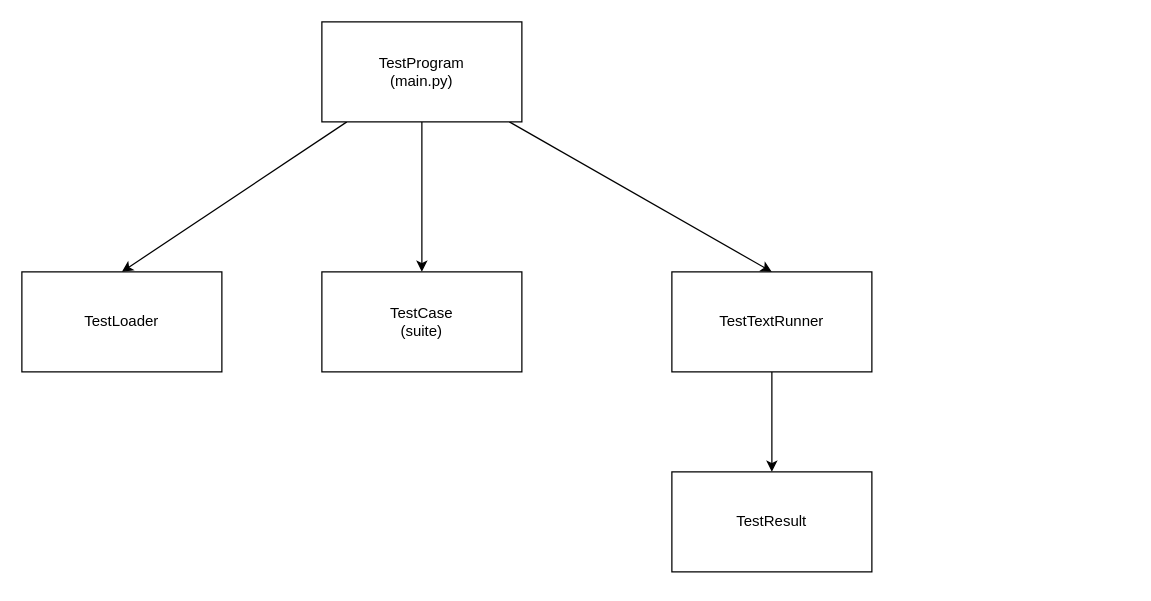
Earlier version of the draw.io diagram component.drawio (lucqng111/PP-python-unittest). Source tidied: cells renumbered, new cells numbered last; positions are measured from the earlier drawing's top-left corner, leaving out a move shared by most shapes. Both pictures are drawn from the tidied source at 125%, with x=0, y=0 at pixel (21, 21).
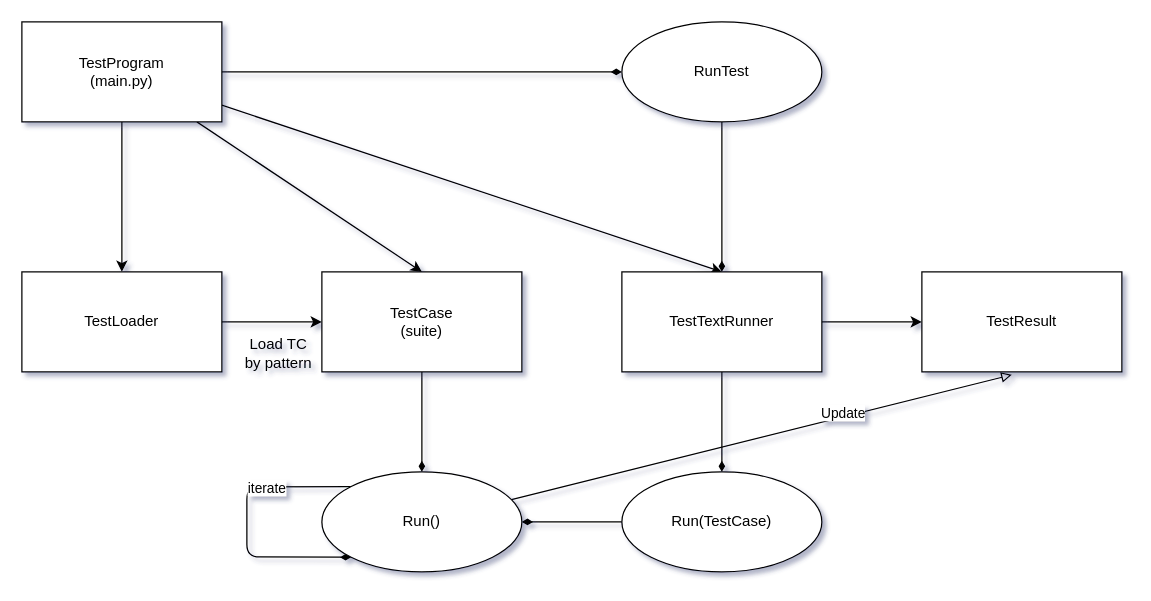
After the change.

The change refers to these unchanged cells:
```xml
<mxCell id="9" value="TestLoader" style="rounded=0;whiteSpace=wrap;html=1;" parent="1" vertex="1">
  <mxGeometry y="200" width="160" height="80" as="geometry" />
</mxCell>
<mxCell id="10" value="TestCase&lt;br&gt;(suite)" style="rounded=0;whiteSpace=wrap;html=1;" parent="1" vertex="1">
  <mxGeometry x="240" y="200" width="160" height="80" as="geometry" />
</mxCell>
```

The edit, as a diff of the source:
```diff
@@
-<mxGraphModel>
+<mxGraphModel shadow="1">
@@
+    <mxCell id="11" style="edgeStyle=none;html=1;endArrow=diamondThin;endFill=1;entryX=0;entryY=0.5;entryDx=0;entryDy=0;" parent="1" edge="1" source="5" target="24">
+      <mxGeometry relative="1" as="geometry" />
+    </mxCell>
     <mxCell id="5" value="TestProgram&lt;br&gt;(main.py)" style="rounded=0;whiteSpace=wrap;html=1;" parent="1" vertex="1">
-      <mxGeometry x="240" width="160" height="80" as="geometry" />
+      <mxGeometry width="160" height="80" as="geometry" />
     </mxCell>
     <mxCell id="6" value="TestResult" style="rounded=0;whiteSpace=wrap;html=1;" parent="1" vertex="1">
-      <mxGeometry x="520" y="360" width="160" height="80" as="geometry" />
+      <mxGeometry x="720" y="200" width="160" height="80" as="geometry" />
     </mxCell>
-    <mxCell id="7" style="edgeStyle=none;html=1;entryX=0.5;entryY=0;entryDx=0;entryDy=0;" parent="1" edge="1" source="8" target="6">
+    <mxCell id="7" style="edgeStyle=none;html=1;entryX=0;entryY=0.5;entryDx=0;entryDy=0;" parent="1" edge="1" source="8" target="6">
       <mxGeometry relative="1" as="geometry" />
     </mxCell>
+    <mxCell id="12" style="edgeStyle=none;html=1;entryX=0.5;entryY=0;entryDx=0;entryDy=0;endArrow=diamondThin;endFill=1;" parent="1" edge="1" source="8" target="17">
+      <mxGeometry relative="1" as="geometry" />
+    </mxCell>
     <mxCell id="8" value="TestTextRunner" style="rounded=0;whiteSpace=wrap;html=1;" parent="1" vertex="1">
-      <mxGeometry x="520" y="200" width="160" height="80" as="geometry" />
+      <mxGeometry x="480" y="200" width="160" height="80" as="geometry" />
     </mxCell>
+    <mxCell id="13" style="edgeStyle=none;html=1;entryX=0;entryY=0.5;entryDx=0;entryDy=0;" parent="1" edge="1" source="9" target="10">
+      <mxGeometry relative="1" as="geometry" />
+    </mxCell>
@@
+    <mxCell id="14" style="edgeStyle=none;html=1;entryX=0.5;entryY=0;entryDx=0;entryDy=0;endArrow=diamondThin;endFill=1;" parent="1" edge="1" source="10" target="22">
+      <mxGeometry relative="1" as="geometry" />
+    </mxCell>
@@
+    <mxCell id="15" value="Load TC&lt;br&gt;by pattern" style="text;html=1;align=center;verticalAlign=middle;strokeColor=none;fillColor=none;" parent="1" vertex="1">
+      <mxGeometry x="170" y="250" width="70" height="30" as="geometry" />
+    </mxCell>
+    <mxCell id="16" style="edgeStyle=none;html=1;entryX=1;entryY=0.5;entryDx=0;entryDy=0;endArrow=diamondThin;endFill=1;" parent="1" edge="1" source="17" target="22">
+      <mxGeometry relative="1" as="geometry" />
+    </mxCell>
+    <mxCell id="17" value="Run(TestCase)" style="ellipse;whiteSpace=wrap;html=1;" parent="1" vertex="1">
+      <mxGeometry x="480" y="360" width="160" height="80" as="geometry" />
+    </mxCell>
+    <mxCell id="18" style="edgeStyle=none;html=1;entryX=0.45;entryY=1.029;entryDx=0;entryDy=0;entryPerimeter=0;endArrow=block;endFill=0;" parent="1" edge="1" source="22" target="6">
+      <mxGeometry relative="1" as="geometry" />
+    </mxCell>
+    <mxCell id="19" value="Update" style="edgeLabel;html=1;align=center;verticalAlign=middle;" parent="18" vertex="1">
+      <mxGeometry x="0.33" y="3" relative="1" as="geometry" />
+    </mxCell>
+    <mxCell id="20" style="edgeStyle=none;html=1;exitX=0;exitY=0;exitDx=0;exitDy=0;endArrow=diamondThin;endFill=1;entryX=0;entryY=1;entryDx=0;entryDy=0;" parent="1" edge="1" source="22" target="22">
+      <mxGeometry relative="1" as="geometry">
+        <Array as="points">
+          <mxPoint x="180" y="372" />
+          <mxPoint x="180" y="428" />
+        </Array>
+      </mxGeometry>
+    </mxCell>
+    <mxCell id="21" value="iterate" style="edgeLabel;html=1;align=center;verticalAlign=middle;" parent="20" vertex="1">
+      <mxGeometry x="-0.39" y="1" relative="1" as="geometry" />
+    </mxCell>
+    <mxCell id="22" value="Run()" style="ellipse;whiteSpace=wrap;html=1;" parent="1" vertex="1">
+      <mxGeometry x="240" y="360" width="160" height="80" as="geometry" />
+    </mxCell>
+    <mxCell id="23" style="edgeStyle=none;html=1;entryX=0.5;entryY=0;entryDx=0;entryDy=0;endArrow=diamondThin;endFill=1;" parent="1" edge="1" source="24" target="8">
+      <mxGeometry relative="1" as="geometry" />
+    </mxCell>
+    <mxCell id="24" value="RunTest" style="ellipse;whiteSpace=wrap;html=1;" parent="1" vertex="1">
+      <mxGeometry x="480" width="160" height="80" as="geometry" />
+    </mxCell>
```
